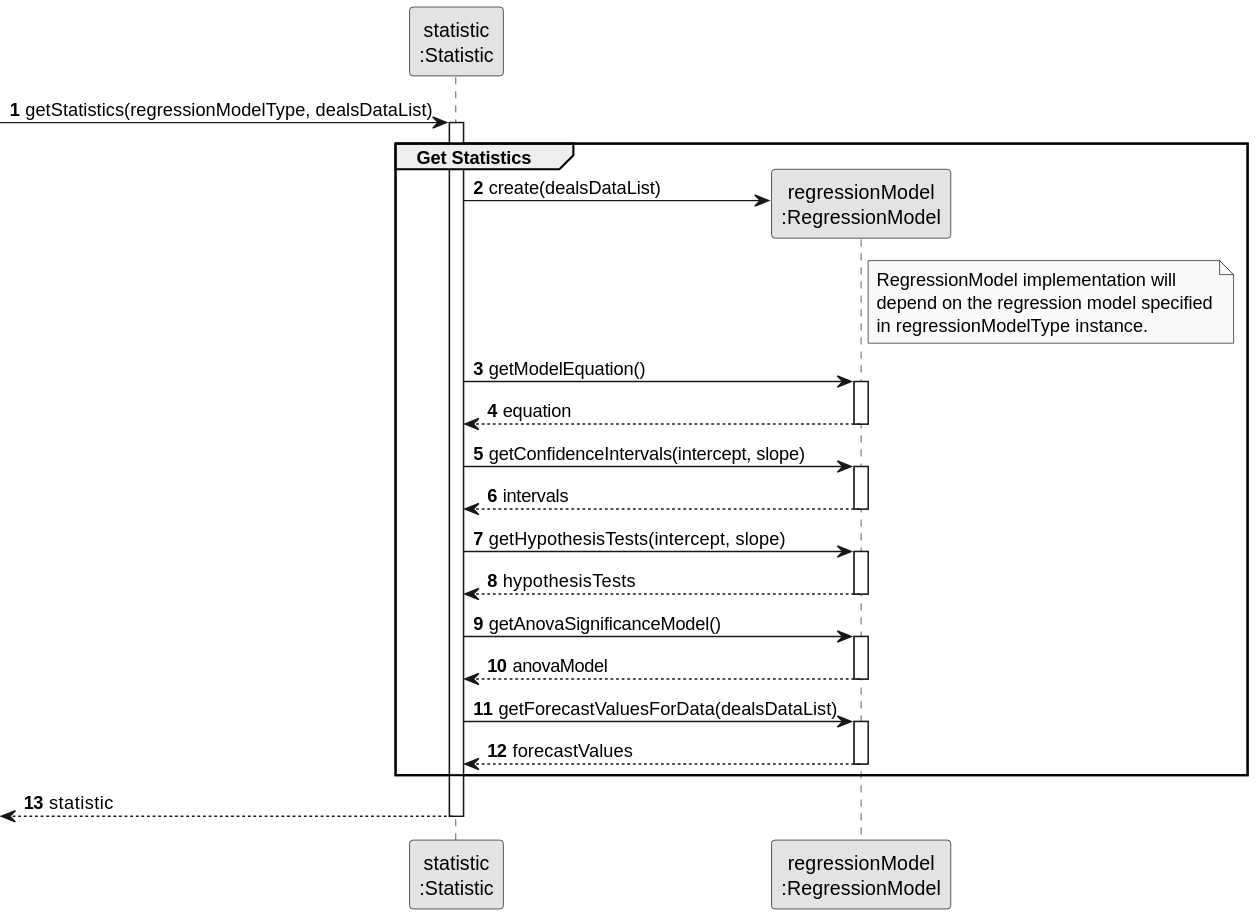
Earlier version of the PlantUML export docs/sprintD/us018/03.design/svg/us018-sequence-diagram-partial-get-statistics.svg (rita-barbosa/LAPR2-2223).
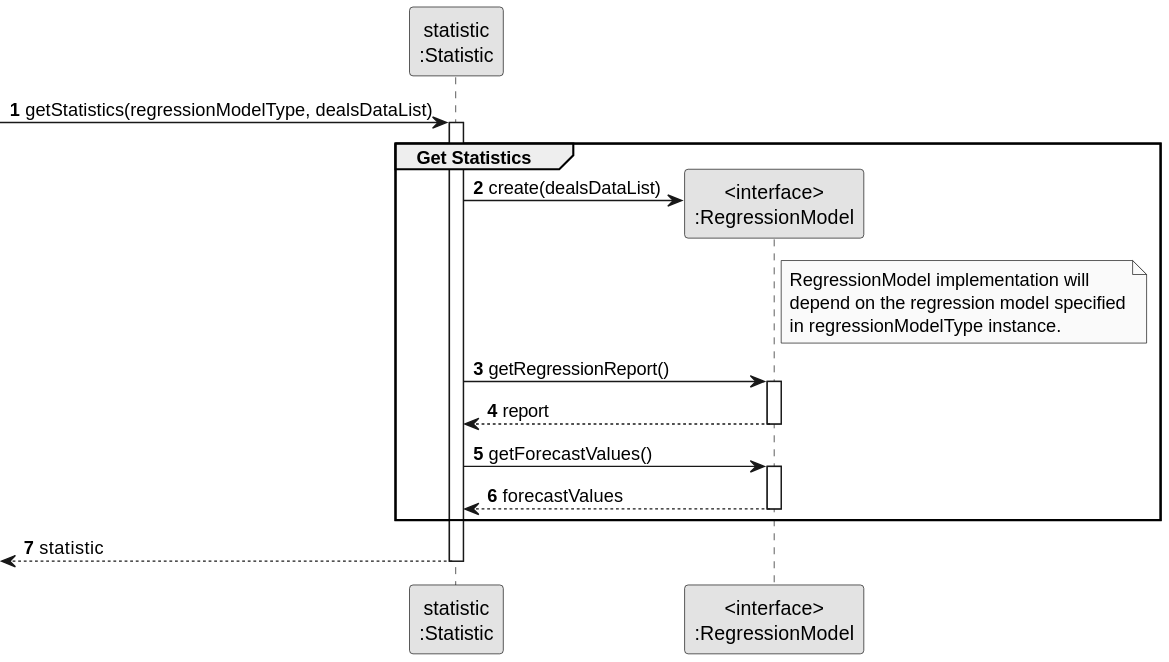
After the commit.

Change to the diagram source:
```diff
@@ -5,7 +5,7 @@
 
 
 participant "statistic\n:Statistic" as ST
-participant "regressionModel\n:RegressionModel" as RM
+participant "<interface>\n:RegressionModel" as RM
 
 
 
@@ -26,31 +26,13 @@
         end note
 
 
-    ST -> RM : getModelEquation()
+    ST -> RM : getRegressionReport()
     activate RM
 
-    RM --> ST : equation
+    RM --> ST : report
     deactivate RM
 
-    ST -> RM: getConfidenceIntervals(intercept, slope)
-    activate RM
-
-    RM --> ST: intervals
-    deactivate RM
-
-    ST -> RM: getHypothesisTests(intercept, slope)
-    activate RM
-
-    RM --> ST: hypothesisTests
-    deactivate RM
-
-    ST -> RM: getAnovaSignificanceModel()
-    activate RM
-
-    RM --> ST: anovaModel
-    deactivate RM
-
-    ST -> RM: getForecastValuesForData(dealsDataList)
+    ST -> RM: getForecastValues()
     activate RM
 
     RM--> ST: forecastValues
```
